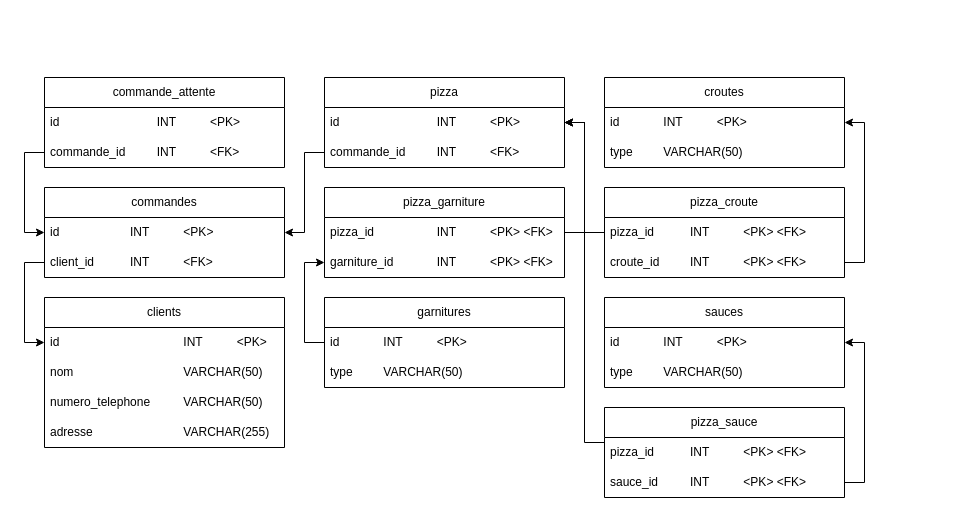
The draw.io diagram DiagrammeProjetLong.drawio in victo2350916/ProgetLong, before the edit. Source tidied: cells renumbered, new cells numbered last; positions are measured from the earlier drawing's top-left corner, leaving out a move shared by most shapes. Both pictures are drawn from the tidied source at 100%, with x=0, y=0 at pixel (44, 77).
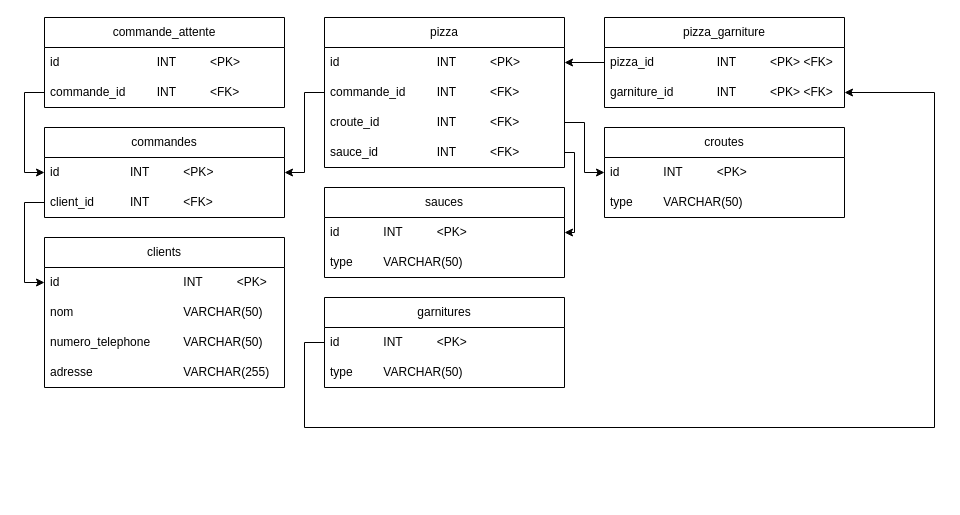
The same diagram, later.

The change refers to these unchanged cells:
```xml
<mxCell id="11" value="id&lt;span style=&quot;white-space: pre;&quot;&gt;&#9;&lt;/span&gt;&lt;span style=&quot;white-space: pre;&quot;&gt;&#9;&lt;/span&gt;&lt;span style=&quot;white-space: pre;&quot;&gt;&#9;&lt;/span&gt;&lt;span style=&quot;white-space: pre;&quot;&gt;&#9;&lt;/span&gt;INT&lt;span style=&quot;white-space: pre;&quot;&gt;&#9;&lt;/span&gt;&lt;span style=&quot;white-space: pre;&quot;&gt;&#9;&lt;/span&gt;&amp;lt;PK&amp;gt;" style="text;strokeColor=none;fillColor=none;align=left;verticalAlign=middle;spacingLeft=4;spacingRight=4;overflow=hidden;points=[[0,0.5],[1,0.5]];portConstraint=eastwest;whiteSpace=wrap;html=1;" parent="10" vertex="1">
  <mxGeometry y="30" width="240" height="30" as="geometry" />
</mxCell>
<mxCell id="18" value="id&lt;span style=&quot;white-space: pre;&quot;&gt;&#9;&lt;/span&gt;&lt;span style=&quot;white-space: pre;&quot;&gt;&#9;&lt;/span&gt;INT&lt;span style=&quot;white-space: pre;&quot;&gt;&#9;&lt;/span&gt;&lt;span style=&quot;white-space: pre;&quot;&gt;&#9;&lt;/span&gt;&amp;lt;PK&amp;gt;" style="text;strokeColor=none;fillColor=none;align=left;verticalAlign=middle;spacingLeft=4;spacingRight=4;overflow=hidden;points=[[0,0.5],[1,0.5]];portConstraint=eastwest;whiteSpace=wrap;html=1;" parent="17" vertex="1">
  <mxGeometry y="30" width="240" height="30" as="geometry" />
</mxCell>
<mxCell id="26" value="id&lt;span style=&quot;white-space: pre;&quot;&gt;&#9;&lt;/span&gt;&lt;span style=&quot;white-space: pre;&quot;&gt;&#9;&lt;/span&gt;INT&lt;span style=&quot;white-space: pre;&quot;&gt;&#9;&lt;/span&gt;&lt;span style=&quot;white-space: pre;&quot;&gt;&#9;&lt;/span&gt;&amp;lt;PK&amp;gt;" style="text;strokeColor=none;fillColor=none;align=left;verticalAlign=middle;spacingLeft=4;spacingRight=4;overflow=hidden;points=[[0,0.5],[1,0.5]];portConstraint=eastwest;whiteSpace=wrap;html=1;" parent="25" vertex="1">
  <mxGeometry y="30" width="240" height="30" as="geometry" />
</mxCell>
<mxCell id="34" value="id&lt;span style=&quot;white-space: pre;&quot;&gt;&#9;&lt;/span&gt;&lt;span style=&quot;white-space: pre;&quot;&gt;&#9;&lt;/span&gt;INT&lt;span style=&quot;white-space: pre;&quot;&gt;&#9;&lt;/span&gt;&lt;span style=&quot;white-space: pre;&quot;&gt;&#9;&lt;/span&gt;&amp;lt;PK&amp;gt;" style="text;strokeColor=none;fillColor=none;align=left;verticalAlign=middle;spacingLeft=4;spacingRight=4;overflow=hidden;points=[[0,0.5],[1,0.5]];portConstraint=eastwest;whiteSpace=wrap;html=1;" parent="33" vertex="1">
  <mxGeometry y="30" width="240" height="30" as="geometry" />
</mxCell>
<mxCell id="37" value="pizza_id&lt;span style=&quot;white-space: pre;&quot;&gt;&#9;&lt;/span&gt;&lt;span style=&quot;white-space: pre;&quot;&gt;&#9;&lt;/span&gt;&lt;span style=&quot;white-space: pre;&quot;&gt;&#9;&lt;/span&gt;INT&lt;span style=&quot;white-space: pre;&quot;&gt;&#9;&lt;/span&gt;&lt;span style=&quot;white-space: pre;&quot;&gt;&#9;&lt;/span&gt;&amp;lt;PK&amp;gt; &amp;lt;FK&amp;gt;" style="text;strokeColor=none;fillColor=none;align=left;verticalAlign=middle;spacingLeft=4;spacingRight=4;overflow=hidden;points=[[0,0.5],[1,0.5]];portConstraint=eastwest;whiteSpace=wrap;html=1;" parent="36" vertex="1">
  <mxGeometry y="30" width="240" height="30" as="geometry" />
</mxCell>
<mxCell id="38" value="garniture_id&lt;span style=&quot;white-space: pre;&quot;&gt;&#9;&lt;/span&gt;&lt;span style=&quot;white-space: pre;&quot;&gt;&#9;&lt;/span&gt;INT&lt;span style=&quot;white-space: pre;&quot;&gt;&#9;&lt;/span&gt;&lt;span style=&quot;white-space: pre;&quot;&gt;&#9;&lt;/span&gt;&amp;lt;PK&amp;gt; &amp;lt;FK&amp;gt;" style="text;strokeColor=none;fillColor=none;align=left;verticalAlign=middle;spacingLeft=4;spacingRight=4;overflow=hidden;points=[[0,0.5],[1,0.5]];portConstraint=eastwest;whiteSpace=wrap;html=1;" parent="36" vertex="1">
  <mxGeometry y="60" width="240" height="30" as="geometry" />
</mxCell>
```

Change to the diagram source:
```diff
@@
     <mxCell id="2" value="clients" style="swimlane;fontStyle=0;horizontal=1;startSize=30;whiteSpace=wrap;html=1;" parent="1" vertex="1">
-      <mxGeometry y="220" width="240" height="150" as="geometry" />
+      <mxGeometry y="160" width="240" height="150" as="geometry" />
     </mxCell>
@@
     <mxCell id="7" value="commandes" style="swimlane;fontStyle=0;horizontal=1;startSize=30;whiteSpace=wrap;html=1;" parent="1" vertex="1">
-      <mxGeometry y="110" width="240" height="90" as="geometry" />
+      <mxGeometry y="50" width="240" height="90" as="geometry" />
     </mxCell>
@@
     <mxCell id="10" value="pizza" style="swimlane;fontStyle=0;horizontal=1;startSize=30;whiteSpace=wrap;html=1;" parent="1" vertex="1">
-      <mxGeometry x="280" width="240" height="90" as="geometry" />
+      <mxGeometry x="280" y="-60" width="240" height="150" as="geometry" />
     </mxCell>
@@
+    <mxCell id="43" value="croute_id&lt;span style=&quot;white-space: pre;&quot;&gt;&#9;&lt;/span&gt;&lt;span style=&quot;white-space: pre;&quot;&gt;&#9;&lt;/span&gt;&lt;span style=&quot;white-space: pre;&quot;&gt;&#9;&lt;/span&gt;INT&lt;span style=&quot;white-space: pre;&quot;&gt;&#9;&lt;/span&gt;&lt;span style=&quot;white-space: pre;&quot;&gt;&#9;&lt;/span&gt;&amp;lt;FK&amp;gt;" style="text;strokeColor=none;fillColor=none;align=left;verticalAlign=middle;spacingLeft=4;spacingRight=4;overflow=hidden;points=[[0,0.5],[1,0.5]];portConstraint=eastwest;whiteSpace=wrap;html=1;" parent="10" vertex="1">
+      <mxGeometry y="90" width="240" height="30" as="geometry" />
+    </mxCell>
+    <mxCell id="44" value="sauce_id&lt;span style=&quot;white-space: pre;&quot;&gt;&#9;&lt;/span&gt;&lt;span style=&quot;white-space: pre;&quot;&gt;&#9;&lt;/span&gt;&lt;span style=&quot;white-space: pre;&quot;&gt;&#9;&lt;/span&gt;INT&lt;span style=&quot;white-space: pre;&quot;&gt;&#9;&lt;/span&gt;&lt;span style=&quot;white-space: pre;&quot;&gt;&#9;&lt;/span&gt;&amp;lt;FK&amp;gt;" style="text;strokeColor=none;fillColor=none;align=left;verticalAlign=middle;spacingLeft=4;spacingRight=4;overflow=hidden;points=[[0,0.5],[1,0.5]];portConstraint=eastwest;whiteSpace=wrap;html=1;" parent="10" vertex="1">
+      <mxGeometry y="120" width="240" height="30" as="geometry" />
+    </mxCell>
@@
     <mxCell id="14" value="commande_attente" style="swimlane;fontStyle=0;horizontal=1;startSize=30;whiteSpace=wrap;html=1;" parent="1" vertex="1">
-      <mxGeometry width="240" height="90" as="geometry" />
+      <mxGeometry y="-60" width="240" height="90" as="geometry" />
     </mxCell>
@@
     <mxCell id="17" value="croutes" style="swimlane;fontStyle=0;horizontal=1;startSize=30;whiteSpace=wrap;html=1;" parent="1" vertex="1">
-      <mxGeometry x="560" width="240" height="90" as="geometry" />
+      <mxGeometry x="560" y="50" width="240" height="90" as="geometry" />
     </mxCell>
@@
-    <mxCell id="20" value="pizza_croute" style="swimlane;fontStyle=0;horizontal=1;startSize=30;whiteSpace=wrap;html=1;" parent="1" vertex="1">
-      <mxGeometry x="560" y="110" width="240" height="90" as="geometry" />
-    </mxCell>
-    <mxCell id="21" value="pizza_id&lt;span style=&quot;white-space: pre;&quot;&gt;&#9;&lt;/span&gt;&lt;span style=&quot;white-space: pre;&quot;&gt;&#9;&lt;/span&gt;INT&lt;span style=&quot;white-space: pre;&quot;&gt;&#9;&lt;/span&gt;&lt;span style=&quot;white-space: pre;&quot;&gt;&#9;&lt;/span&gt;&amp;lt;PK&amp;gt; &amp;lt;FK&amp;gt;" style="text;strokeColor=none;fillColor=none;align=left;verticalAlign=middle;spacingLeft=4;spacingRight=4;overflow=hidden;points=[[0,0.5],[1,0.5]];portConstraint=eastwest;whiteSpace=wrap;html=1;" parent="20" vertex="1">
-      <mxGeometry y="30" width="240" height="30" as="geometry" />
-    </mxCell>
-    <mxCell id="22" value="croute_id&lt;span style=&quot;white-space: pre;&quot;&gt;&#9;&lt;/span&gt;&lt;span style=&quot;white-space: pre;&quot;&gt;&#9;&lt;/span&gt;INT&amp;nbsp;&lt;span style=&quot;white-space: pre;&quot;&gt;&#9;&lt;/span&gt;&lt;span style=&quot;white-space: pre;&quot;&gt;&#9;&lt;/span&gt;&amp;lt;PK&amp;gt; &amp;lt;FK&amp;gt;" style="text;strokeColor=none;fillColor=none;align=left;verticalAlign=middle;spacingLeft=4;spacingRight=4;overflow=hidden;points=[[0,0.5],[1,0.5]];portConstraint=eastwest;whiteSpace=wrap;html=1;" parent="20" vertex="1">
-      <mxGeometry y="60" width="240" height="30" as="geometry" />
-    </mxCell>
-    <mxCell id="23" style="edgeStyle=orthogonalEdgeStyle;rounded=0;jettySize=auto;html=1;exitX=0;exitY=0.5;exitDx=0;exitDy=0;entryX=1;entryY=0.5;entryDx=0;entryDy=0;" parent="1" edge="1" source="21" target="11">
-      <mxGeometry relative="1" as="geometry" />
-    </mxCell>
-    <mxCell id="24" style="edgeStyle=orthogonalEdgeStyle;rounded=0;jettySize=auto;html=1;exitX=1;exitY=0.5;exitDx=0;exitDy=0;entryX=1;entryY=0.5;entryDx=0;entryDy=0;" parent="1" edge="1" source="22" target="18">
-      <mxGeometry relative="1" as="geometry" />
-    </mxCell>
     <mxCell id="25" value="sauces" style="swimlane;fontStyle=0;horizontal=1;startSize=30;whiteSpace=wrap;html=1;" parent="1" vertex="1">
-      <mxGeometry x="560" y="220" width="240" height="90" as="geometry" />
+      <mxGeometry x="280" y="110" width="240" height="90" as="geometry" />
     </mxCell>
@@
-    <mxCell id="28" value="pizza_sauce" style="swimlane;fontStyle=0;horizontal=1;startSize=30;whiteSpace=wrap;html=1;" parent="1" vertex="1">
-      <mxGeometry x="560" y="330" width="240" height="90" as="geometry" />
-    </mxCell>
-    <mxCell id="29" value="pizza_id&lt;span style=&quot;white-space: pre;&quot;&gt;&#9;&lt;/span&gt;&lt;span style=&quot;white-space: pre;&quot;&gt;&#9;&lt;/span&gt;INT&lt;span style=&quot;white-space: pre;&quot;&gt;&#9;&lt;/span&gt;&lt;span style=&quot;white-space: pre;&quot;&gt;&#9;&lt;/span&gt;&amp;lt;PK&amp;gt; &amp;lt;FK&amp;gt;" style="text;strokeColor=none;fillColor=none;align=left;verticalAlign=middle;spacingLeft=4;spacingRight=4;overflow=hidden;points=[[0,0.5],[1,0.5]];portConstraint=eastwest;whiteSpace=wrap;html=1;" parent="28" vertex="1">
-      <mxGeometry y="30" width="240" height="30" as="geometry" />
-    </mxCell>
-    <mxCell id="30" value="sauce_id&lt;span style=&quot;white-space: pre;&quot;&gt;&#9;&lt;/span&gt;&lt;span style=&quot;white-space: pre;&quot;&gt;&#9;&lt;/span&gt;INT&lt;span style=&quot;white-space: pre;&quot;&gt;&#9;&lt;/span&gt;&lt;span style=&quot;white-space: pre;&quot;&gt;&#9;&lt;/span&gt;&amp;lt;PK&amp;gt; &amp;lt;FK&amp;gt;" style="text;strokeColor=none;fillColor=none;align=left;verticalAlign=middle;spacingLeft=4;spacingRight=4;overflow=hidden;points=[[0,0.5],[1,0.5]];portConstraint=eastwest;whiteSpace=wrap;html=1;" parent="28" vertex="1">
-      <mxGeometry y="60" width="240" height="30" as="geometry" />
-    </mxCell>
-    <mxCell id="31" style="edgeStyle=orthogonalEdgeStyle;rounded=0;jettySize=auto;html=1;exitX=1;exitY=0.5;exitDx=0;exitDy=0;entryX=1;entryY=0.5;entryDx=0;entryDy=0;" parent="1" edge="1" source="30" target="26">
-      <mxGeometry relative="1" as="geometry" />
-    </mxCell>
-    <mxCell id="32" style="edgeStyle=orthogonalEdgeStyle;rounded=0;jettySize=auto;html=1;exitX=0;exitY=0.5;exitDx=0;exitDy=0;entryX=1;entryY=0.5;entryDx=0;entryDy=0;" parent="1" edge="1" source="29" target="11">
-      <mxGeometry relative="1" as="geometry">
-        <Array as="points">
-          <mxPoint x="540" y="365" />
-          <mxPoint x="540" y="45" />
-        </Array>
-      </mxGeometry>
-    </mxCell>
@@
     <mxCell id="36" value="pizza_garniture" style="swimlane;fontStyle=0;horizontal=1;startSize=30;whiteSpace=wrap;html=1;" parent="1" vertex="1">
-      <mxGeometry x="280" y="110" width="240" height="90" as="geometry" />
+      <mxGeometry x="560" y="-60" width="240" height="90" as="geometry" />
     </mxCell>
@@
-    <mxCell id="39" style="edgeStyle=orthogonalEdgeStyle;rounded=0;jettySize=auto;html=1;exitX=0;exitY=0.5;exitDx=0;exitDy=0;entryX=0;entryY=0.5;entryDx=0;entryDy=0;" parent="1" edge="1" source="34" target="38">
-      <mxGeometry relative="1" as="geometry" />
+    <mxCell id="39" style="edgeStyle=orthogonalEdgeStyle;rounded=0;jettySize=auto;html=1;exitX=0;exitY=0.5;exitDx=0;exitDy=0;entryX=1;entryY=0.5;entryDx=0;entryDy=0;" parent="1" edge="1" source="34" target="38">
+      <mxGeometry relative="1" as="geometry">
+        <Array as="points">
+          <mxPoint x="260" y="265" />
+          <mxPoint x="260" y="350" />
+          <mxPoint x="890" y="350" />
+          <mxPoint x="890" y="15" />
+        </Array>
+      </mxGeometry>
     </mxCell>
-    <mxCell id="40" style="edgeStyle=orthogonalEdgeStyle;rounded=0;jettySize=auto;html=1;exitX=1;exitY=0.5;exitDx=0;exitDy=0;entryX=1;entryY=0.5;entryDx=0;entryDy=0;" parent="1" edge="1" source="37" target="11">
-      <mxGeometry relative="1" as="geometry">
-        <Array as="points">
-          <mxPoint x="540" y="155" />
-          <mxPoint x="540" y="45" />
-        </Array>
-      </mxGeometry>
-    </mxCell>
@@
+    <mxCell id="40" style="edgeStyle=orthogonalEdgeStyle;rounded=0;jettySize=auto;html=1;exitX=0;exitY=0.5;exitDx=0;exitDy=0;entryX=1;entryY=0.5;entryDx=0;entryDy=0;" parent="1" edge="1" source="37" target="11">
+      <mxGeometry relative="1" as="geometry" />
+    </mxCell>
+    <mxCell id="45" style="edgeStyle=orthogonalEdgeStyle;rounded=0;jettySize=auto;html=1;exitX=1;exitY=0.5;exitDx=0;exitDy=0;entryX=0;entryY=0.5;entryDx=0;entryDy=0;" parent="1" edge="1" source="43" target="18">
+      <mxGeometry relative="1" as="geometry" />
+    </mxCell>
+    <mxCell id="46" style="edgeStyle=orthogonalEdgeStyle;rounded=0;jettySize=auto;html=1;exitX=1;exitY=0.5;exitDx=0;exitDy=0;entryX=1;entryY=0.5;entryDx=0;entryDy=0;" parent="1" edge="1" source="44" target="26">
+      <mxGeometry relative="1" as="geometry">
+        <Array as="points">
+          <mxPoint x="530" y="75" />
+          <mxPoint x="530" y="155" />
+        </Array>
+      </mxGeometry>
+    </mxCell>
```
